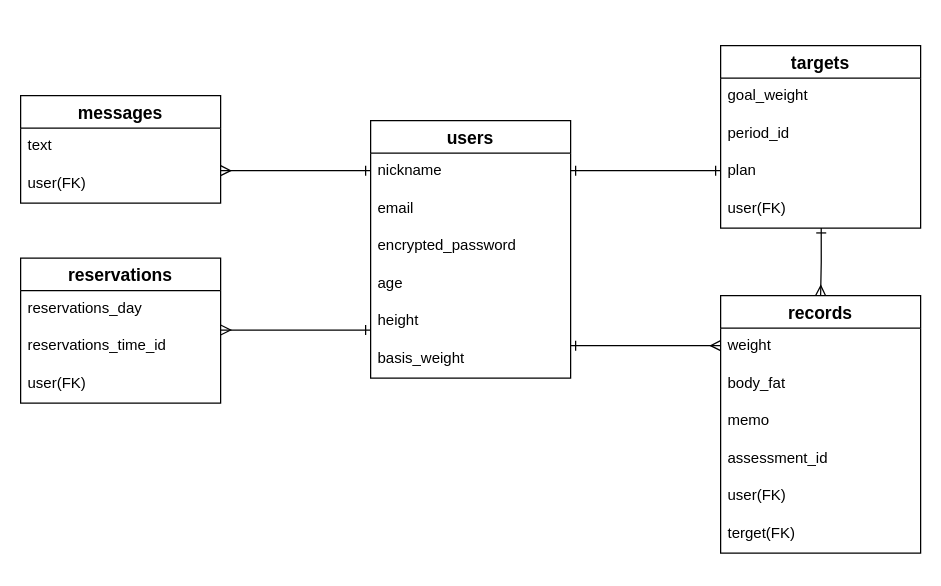
Above: supporter_app.dio in yu9n03/supporter_app (draw.io), before the change. Source tidied: cells renumbered, new cells numbered last; positions are measured from the earlier drawing's top-left corner, leaving out a move shared by most shapes. Both pictures are drawn from the tidied source at 125%, with x=0, y=0 at pixel (20, 45).
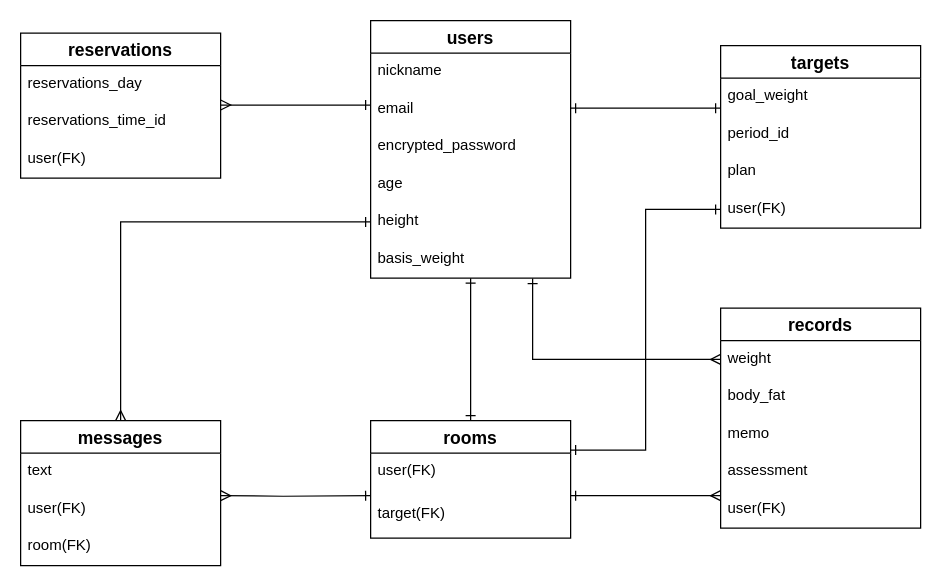
The same page after the edit.

Unchanged cells that the change refers to:
```xml
<mxCell id="7" value="height" style="text;strokeColor=none;fillColor=none;spacingLeft=4;spacingRight=4;overflow=hidden;points=[[0,0.5],[1,0.5]];portConstraint=eastwest;fontSize=12;" parent="2" vertex="1">
  <mxGeometry y="146" width="160" height="30" as="geometry" />
</mxCell>
<mxCell id="8" value="basis_weight" style="text;strokeColor=none;fillColor=none;spacingLeft=4;spacingRight=4;overflow=hidden;points=[[0,0.5],[1,0.5]];portConstraint=eastwest;fontSize=12;" parent="2" vertex="1">
  <mxGeometry y="176" width="160" height="30" as="geometry" />
</mxCell>
<mxCell id="13" value="user(FK)" style="text;strokeColor=none;fillColor=none;spacingLeft=4;spacingRight=4;overflow=hidden;points=[[0,0.5],[1,0.5]];portConstraint=eastwest;fontSize=12;" parent="9" vertex="1">
  <mxGeometry y="116" width="160" height="30" as="geometry" />
</mxCell>
<mxCell id="15" value="weight" style="text;strokeColor=none;fillColor=none;spacingLeft=4;spacingRight=4;overflow=hidden;points=[[0,0.5],[1,0.5]];portConstraint=eastwest;fontSize=12;" parent="14" vertex="1">
  <mxGeometry y="26" width="160" height="30" as="geometry" />
</mxCell>
```

What changed in the source:
```diff
@@
     <mxCell id="2" value="users" style="swimlane;fontStyle=1;horizontal=1;startSize=26;align=center;fontSize=14;" parent="1" vertex="1">
-      <mxGeometry x="280" y="60" width="160" height="206" as="geometry" />
+      <mxGeometry x="280" y="-20" width="160" height="206" as="geometry" />
     </mxCell>
@@
     <mxCell id="14" value="records" style="swimlane;fontStyle=1;horizontal=1;startSize=26;align=center;fontSize=14;" parent="1" vertex="1">
-      <mxGeometry x="560" y="200" width="160" height="206" as="geometry" />
+      <mxGeometry x="560" y="210" width="160" height="176" as="geometry" />
     </mxCell>
@@
-    <mxCell id="18" value="assessment_id" style="text;strokeColor=none;fillColor=none;spacingLeft=4;spacingRight=4;overflow=hidden;fontSize=12;" parent="14" vertex="1">
+    <mxCell id="18" value="assessment" style="text;strokeColor=none;fillColor=none;spacingLeft=4;spacingRight=4;overflow=hidden;fontSize=12;" parent="14" vertex="1">
       <mxGeometry y="116" width="160" height="30" as="geometry" />
     </mxCell>
@@
-    <mxCell id="20" value="terget(FK)" style="text;strokeColor=none;fillColor=none;spacingLeft=4;spacingRight=4;overflow=hidden;fontSize=12;" parent="14" vertex="1">
-      <mxGeometry y="176" width="160" height="30" as="geometry" />
-    </mxCell>
+    <mxCell id="33" style="edgeStyle=orthogonalEdgeStyle;rounded=0;jettySize=auto;html=1;exitX=0.5;exitY=0;exitDx=0;exitDy=0;entryX=0;entryY=0.5;entryDx=0;entryDy=0;startArrow=ERmany;startFill=0;endArrow=ERone;endFill=0;" parent="1" edge="1" source="21" target="7">
+      <mxGeometry relative="1" as="geometry" />
+    </mxCell>
     <mxCell id="21" value="messages" style="swimlane;fontStyle=1;horizontal=1;startSize=26;align=center;fontSize=14;" parent="1" vertex="1">
-      <mxGeometry y="40" width="160" height="86" as="geometry" />
+      <mxGeometry y="300" width="160" height="116" as="geometry" />
     </mxCell>
@@
+    <mxCell id="34" value="room(FK)" style="text;strokeColor=none;fillColor=none;spacingLeft=4;spacingRight=4;overflow=hidden;fontSize=12;" parent="21" vertex="1">
+      <mxGeometry y="86" width="160" height="30" as="geometry" />
+    </mxCell>
     <mxCell id="24" value="reservations" style="swimlane;fontStyle=1;horizontal=1;startSize=26;align=center;fontSize=14;" parent="1" vertex="1">
-      <mxGeometry y="170" width="160" height="116" as="geometry" />
+      <mxGeometry y="-10" width="160" height="116" as="geometry" />
     </mxCell>
@@
     <mxCell id="28" style="endArrow=ERone;html=1;rounded=0;startArrow=ERmany;startFill=0;endFill=0;" parent="1" edge="1">
       <mxGeometry relative="1" as="geometry">
-        <mxPoint x="160" y="100" as="sourcePoint" />
-        <mxPoint x="280" y="100" as="targetPoint" />
+        <mxPoint x="160" y="360" as="sourcePoint" />
+        <mxPoint x="280" y="360" as="targetPoint" />
+        <Array as="points">
+          <mxPoint x="210" y="360.5" />
+        </Array>
       </mxGeometry>
     </mxCell>
     <mxCell id="29" style="endArrow=ERone;html=1;rounded=0;endFill=0;startArrow=ERmany;startFill=0;" parent="1" edge="1">
       <mxGeometry relative="1" as="geometry">
-        <mxPoint x="160" y="227.5" as="sourcePoint" />
-        <mxPoint x="280" y="227.5" as="targetPoint" />
+        <mxPoint x="160" y="47.5" as="sourcePoint" />
+        <mxPoint x="280" y="47.5" as="targetPoint" />
       </mxGeometry>
     </mxCell>
     <mxCell id="30" style="endArrow=ERone;html=1;rounded=0;startArrow=ERone;startFill=0;endFill=0;" parent="1" edge="1">
       <mxGeometry relative="1" as="geometry">
-        <mxPoint x="440" y="100" as="sourcePoint" />
-        <mxPoint x="560" y="100" as="targetPoint" />
+        <mxPoint x="440" y="50" as="sourcePoint" />
+        <mxPoint x="560" y="50" as="targetPoint" />
       </mxGeometry>
     </mxCell>
     <mxCell id="31" style="endArrow=ERmany;html=1;rounded=0;startArrow=ERone;startFill=0;endFill=0;" parent="1" edge="1">
       <mxGeometry relative="1" as="geometry">
-        <mxPoint x="440" y="240" as="sourcePoint" />
-        <mxPoint x="560" y="240" as="targetPoint" />
+        <mxPoint x="440" y="360" as="sourcePoint" />
+        <mxPoint x="560" y="360" as="targetPoint" />
       </mxGeometry>
     </mxCell>
-    <mxCell id="32" style="edgeStyle=orthogonalEdgeStyle;rounded=0;jettySize=auto;html=1;exitX=0.503;exitY=0.995;exitDx=0;exitDy=0;exitPerimeter=0;startArrow=ERone;startFill=0;endArrow=ERmany;endFill=0;" parent="1" edge="1" source="13">
-      <mxGeometry relative="1" as="geometry">
-        <mxPoint x="640" y="200" as="targetPoint" />
-        <Array as="points">
-          <mxPoint x="640" y="173" />
-          <mxPoint x="640" y="173" />
-        </Array>
-      </mxGeometry>
-    </mxCell>
+    <mxCell id="35" style="edgeStyle=orthogonalEdgeStyle;rounded=0;jettySize=auto;html=1;exitX=0.5;exitY=0;exitDx=0;exitDy=0;startArrow=ERone;startFill=0;endArrow=ERone;endFill=0;entryX=0.5;entryY=1;entryDx=0;entryDy=0;" parent="1" edge="1" source="36" target="2">
+      <mxGeometry relative="1" as="geometry" />
+    </mxCell>
+    <mxCell id="36" value="rooms" style="swimlane;fontStyle=1;horizontal=1;startSize=26;align=center;fontSize=14;" parent="1" vertex="1">
+      <mxGeometry x="280" y="300" width="160" height="94" as="geometry" />
+    </mxCell>
+    <mxCell id="37" value="user(FK)" style="text;strokeColor=none;fillColor=none;spacingLeft=4;spacingRight=4;overflow=hidden;fontSize=12;" parent="36" vertex="1">
+      <mxGeometry y="26" width="160" height="34" as="geometry" />
+    </mxCell>
+    <mxCell id="38" value="target(FK)" style="text;strokeColor=none;fillColor=none;spacingLeft=4;spacingRight=4;overflow=hidden;fontSize=12;" parent="36" vertex="1">
+      <mxGeometry y="60" width="160" height="34" as="geometry" />
+    </mxCell>
+    <mxCell id="39" style="edgeStyle=orthogonalEdgeStyle;rounded=0;jettySize=auto;html=1;exitX=0;exitY=0.5;exitDx=0;exitDy=0;startArrow=ERmany;startFill=0;endArrow=ERone;endFill=0;entryX=0.81;entryY=1.013;entryDx=0;entryDy=0;entryPerimeter=0;" parent="1" edge="1" source="15" target="8">
+      <mxGeometry relative="1" as="geometry" />
+    </mxCell>
+    <mxCell id="40" style="edgeStyle=orthogonalEdgeStyle;rounded=0;jettySize=auto;html=1;entryX=1;entryY=0.25;entryDx=0;entryDy=0;startArrow=ERone;startFill=0;endArrow=ERone;endFill=0;" parent="1" edge="1" source="13" target="36">
+      <mxGeometry relative="1" as="geometry" />
+    </mxCell>
```
